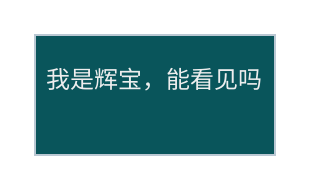
Before: 巡检&检查.drawio in EricIsLin/EricTest, a draw.io diagram. Source tidied: cells renumbered, new cells numbered last; positions are measured from the earlier drawing's top-left corner, leaving out a move shared by most shapes. Both pictures are drawn from the tidied source at 200%, with x=0, y=0 at pixel (34, 34).
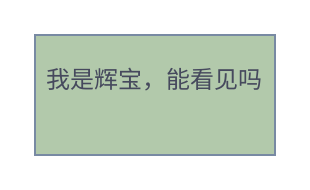
After the change.

Commit message (it also covers changes not shown here):
更新巡检&检查.drawio

Change to the diagram source:
```diff
@@
 <mxGraphModel>
   <root>
     <mxCell id="0" />
     <mxCell id="1" parent="0" />
-    <mxCell id="2" value="我是辉宝，能看见吗&lt;div&gt;&lt;br&gt;&lt;/div&gt;" style="rounded=0;whiteSpace=wrap;html=1;strokeColor=#BAC8D3;fontColor=#EEEEEE;fillColor=#09555B;" parent="1" vertex="1">
+    <mxCell id="2" value="我是辉宝，能看见吗&lt;div&gt;&lt;br&gt;&lt;/div&gt;" style="rounded=0;whiteSpace=wrap;html=1;strokeColor=#788AA3;fontColor=#46495D;fillColor=#B2C9AB;labelBackgroundColor=none;" parent="1" vertex="1">
       <mxGeometry width="120" height="60" as="geometry" />
     </mxCell>
   </root>
 </mxGraphModel>
```
